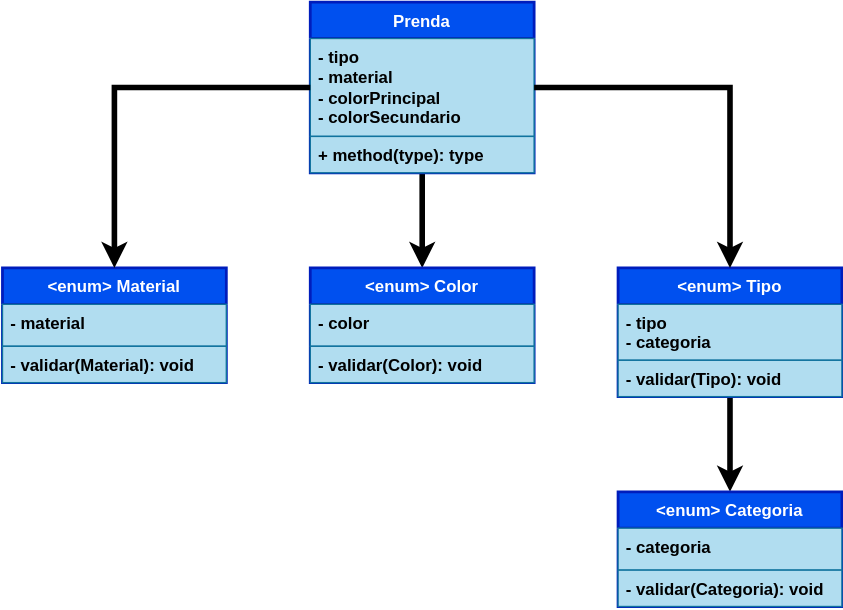
Above: Diagrams/DDC.svg in carrilloFN/QueMePongo (draw.io), before the change. Source tidied: cells renumbered, new cells last; positions are measured from the earlier drawing's top-left corner, leaving out a move shared by most shapes.
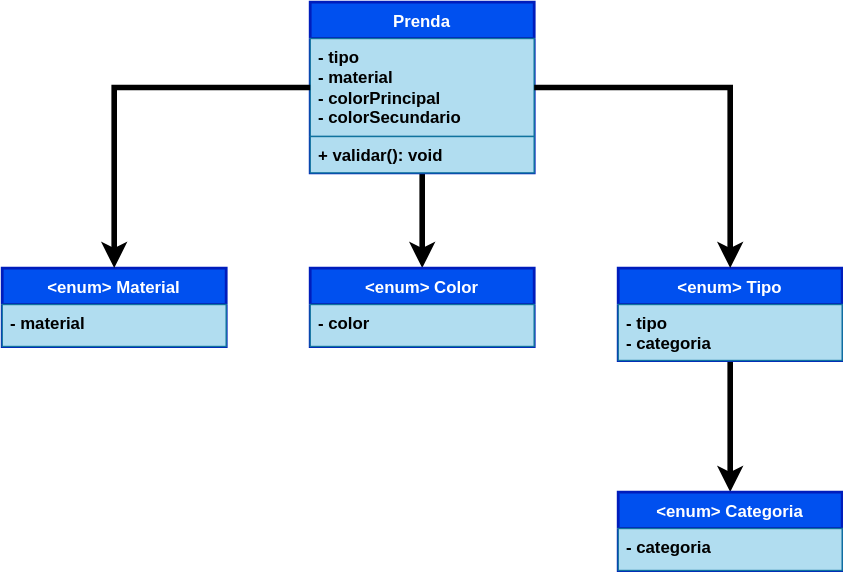
After the commit.

Change to the diagram source:
```diff
@@ -11,39 +11,30 @@
     <mxCell id="4" value="- tipo&lt;br&gt;- material&lt;br&gt;- colorPrincipal&lt;br&gt;- colorSecundario" style="text;strokeColor=#10739e;fillColor=#b1ddf0;align=left;verticalAlign=top;spacingLeft=4;spacingRight=4;overflow=hidden;points=[[0,0.5],[1,0.5]];portConstraint=eastwest;fontColor=#000000;fontStyle=1;whiteSpace=wrap;html=1;" parent="3" vertex="1">
       <mxGeometry y="26" width="160" height="70" as="geometry" />
     </mxCell>
-    <mxCell id="5" value="+ method(type): type" style="text;strokeColor=#10739e;fillColor=#b1ddf0;align=left;verticalAlign=top;spacingLeft=4;spacingRight=4;overflow=hidden;whiteSpace=wrap;html=1;fontColor=#000000;fontStyle=1;" parent="3" vertex="1">
+    <mxCell id="5" value="+ validar(): void" style="text;strokeColor=#10739e;fillColor=#b1ddf0;align=left;verticalAlign=top;spacingLeft=4;spacingRight=4;overflow=hidden;whiteSpace=wrap;html=1;fontColor=#000000;fontStyle=1;" parent="3" vertex="1">
       <mxGeometry y="96" width="160" height="26" as="geometry" />
     </mxCell>
     <mxCell id="6" value="&amp;lt;enum&amp;gt; Material" style="swimlane;fontStyle=1;align=center;verticalAlign=top;horizontal=1;startSize=26;whiteSpace=wrap;html=1;fillColor=#0050ef;fontColor=#ffffff;strokeColor=#001DBC;strokeWidth=2;" parent="1" vertex="1">
-      <mxGeometry y="190" width="160" height="82" as="geometry" />
+      <mxGeometry y="190" width="160" height="56" as="geometry" />
     </mxCell>
     <mxCell id="7" value="- material" style="text;strokeColor=#10739e;fillColor=#b1ddf0;align=left;verticalAlign=top;spacingLeft=4;spacingRight=4;overflow=hidden;whiteSpace=wrap;html=1;fontColor=#000000;fontStyle=1;" parent="6" vertex="1">
       <mxGeometry y="26" width="160" height="30" as="geometry" />
     </mxCell>
-    <mxCell id="8" value="- validar(Material): void" style="text;strokeColor=#10739e;fillColor=#b1ddf0;align=left;verticalAlign=top;spacingLeft=4;spacingRight=4;overflow=hidden;whiteSpace=wrap;html=1;fontColor=#000000;fontStyle=1;" parent="6" vertex="1">
-      <mxGeometry y="56" width="160" height="26" as="geometry" />
-    </mxCell>
     <mxCell id="9" style="edgeStyle=orthogonalEdgeStyle;rounded=0;jettySize=auto;html=1;exitX=0.5;exitY=1;exitDx=0;exitDy=0;entryX=0.5;entryY=0;entryDx=0;entryDy=0;fontFamily=Helvetica;fontSize=12;fontColor=#ffffff;fontStyle=1;strokeWidth=4;strokeColor=#000000;" parent="1" edge="1" source="10" target="13">
       <mxGeometry relative="1" as="geometry" />
     </mxCell>
     <mxCell id="10" value="&amp;lt;enum&amp;gt; Tipo" style="swimlane;fontStyle=1;align=center;verticalAlign=top;horizontal=1;startSize=26;whiteSpace=wrap;html=1;fillColor=#0050ef;fontColor=#ffffff;strokeColor=#001DBC;strokeWidth=2;" parent="1" vertex="1">
-      <mxGeometry x="440" y="190" width="160" height="92" as="geometry" />
+      <mxGeometry x="440" y="190" width="160" height="66" as="geometry" />
     </mxCell>
     <mxCell id="11" value="- tipo&lt;div&gt;- categoria&lt;/div&gt;" style="text;strokeColor=#10739e;fillColor=#b1ddf0;align=left;verticalAlign=top;spacingLeft=4;spacingRight=4;overflow=hidden;whiteSpace=wrap;html=1;fontColor=#000000;fontStyle=1;" parent="10" vertex="1">
       <mxGeometry y="26" width="160" height="40" as="geometry" />
     </mxCell>
-    <mxCell id="12" value="- validar(Tipo): void" style="text;strokeColor=#10739e;fillColor=#b1ddf0;align=left;verticalAlign=top;spacingLeft=4;spacingRight=4;overflow=hidden;whiteSpace=wrap;html=1;fontColor=#000000;fontStyle=1;" parent="10" vertex="1">
-      <mxGeometry y="66" width="160" height="26" as="geometry" />
-    </mxCell>
     <mxCell id="13" value="&amp;lt;enum&amp;gt; Categoria" style="swimlane;fontStyle=1;align=center;verticalAlign=top;horizontal=1;startSize=26;whiteSpace=wrap;html=1;fillColor=#0050ef;fontColor=#ffffff;strokeColor=#001DBC;strokeWidth=2;" parent="1" vertex="1">
-      <mxGeometry x="440" y="350" width="160" height="82" as="geometry" />
+      <mxGeometry x="440" y="350" width="160" height="56" as="geometry" />
     </mxCell>
     <mxCell id="14" value="&lt;span style=&quot;background-color: initial;&quot;&gt;- categoria&lt;/span&gt;" style="text;strokeColor=#10739e;fillColor=#b1ddf0;align=left;verticalAlign=top;spacingLeft=4;spacingRight=4;overflow=hidden;whiteSpace=wrap;html=1;fontColor=#000000;fontStyle=1;" parent="13" vertex="1">
       <mxGeometry y="26" width="160" height="30" as="geometry" />
     </mxCell>
-    <mxCell id="15" value="- validar(Categoria): void" style="text;strokeColor=#10739e;fillColor=#b1ddf0;align=left;verticalAlign=top;spacingLeft=4;spacingRight=4;overflow=hidden;whiteSpace=wrap;html=1;fontColor=#000000;fontStyle=1;" parent="13" vertex="1">
-      <mxGeometry y="56" width="160" height="26" as="geometry" />
-    </mxCell>
     <mxCell id="16" style="edgeStyle=orthogonalEdgeStyle;rounded=0;jettySize=auto;html=1;exitX=0;exitY=0.5;exitDx=0;exitDy=0;entryX=0.5;entryY=0;entryDx=0;entryDy=0;fontFamily=Helvetica;fontSize=12;fontColor=#ffffff;fontStyle=1;strokeWidth=4;strokeColor=#000000;" parent="1" edge="1" source="4" target="6">
       <mxGeometry relative="1" as="geometry" />
     </mxCell>
@@ -51,13 +42,10 @@
       <mxGeometry relative="1" as="geometry" />
     </mxCell>
     <mxCell id="18" value="&amp;lt;enum&amp;gt; Color" style="swimlane;fontStyle=1;align=center;verticalAlign=top;horizontal=1;startSize=26;whiteSpace=wrap;html=1;fillColor=#0050ef;fontColor=#ffffff;strokeColor=#001DBC;strokeWidth=2;" parent="1" vertex="1">
-      <mxGeometry x="220" y="190" width="160" height="82" as="geometry" />
+      <mxGeometry x="220" y="190" width="160" height="56" as="geometry" />
     </mxCell>
     <mxCell id="19" value="- color" style="text;strokeColor=#10739e;fillColor=#b1ddf0;align=left;verticalAlign=top;spacingLeft=4;spacingRight=4;overflow=hidden;whiteSpace=wrap;html=1;fontColor=#000000;fontStyle=1;" parent="18" vertex="1">
       <mxGeometry y="26" width="160" height="30" as="geometry" />
     </mxCell>
-    <mxCell id="20" value="- validar(Color): void" style="text;strokeColor=#10739e;fillColor=#b1ddf0;align=left;verticalAlign=top;spacingLeft=4;spacingRight=4;overflow=hidden;whiteSpace=wrap;html=1;fontColor=#000000;fontStyle=1;" parent="18" vertex="1">
-      <mxGeometry y="56" width="160" height="26" as="geometry" />
-    </mxCell>
   </root>
 </mxGraphModel>
```
